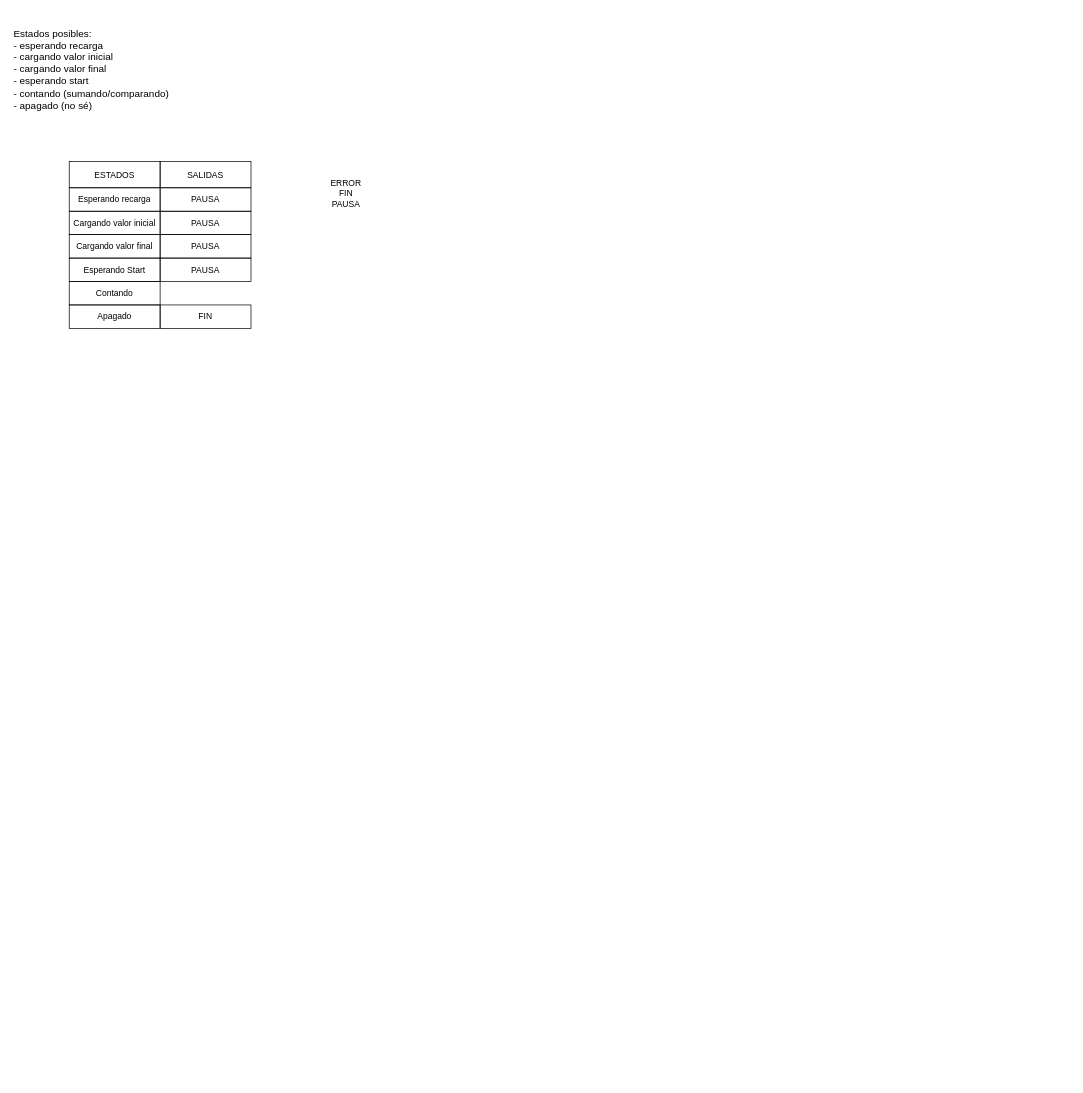
Above: Integrador/MEF.drawio in albertinap/IDL (draw.io), before the change. Source tidied: cells renumbered, new cells numbered last; positions are measured from the earlier drawing's top-left corner, leaving out a move shared by most shapes. Both pictures are drawn from the tidied source at 71%, with x=0, y=0 at pixel (12, 12).
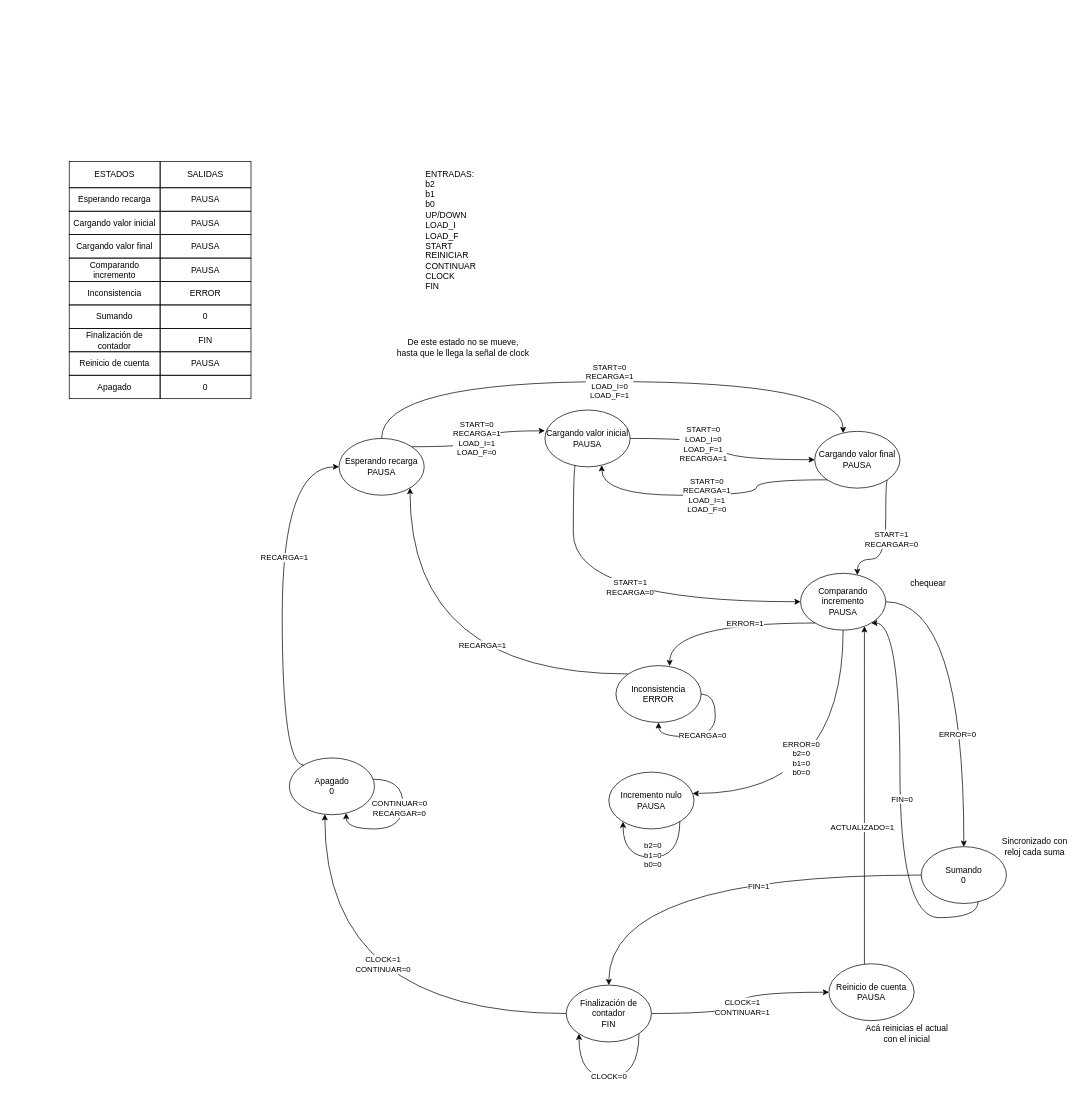
After the change.

What changed in the source:
```diff
@@
-    <mxCell id="2" value="Estados posibles:&lt;div&gt;- esperando recarga&lt;br&gt;&lt;div&gt;- cargando valor inicial&lt;/div&gt;&lt;div&gt;- cargando valor final&lt;/div&gt;&lt;div&gt;- esperando start&lt;/div&gt;&lt;/div&gt;&lt;div&gt;- contando (sumando/comparando)&lt;/div&gt;&lt;div&gt;- apagado (no sé)&lt;/div&gt;" style="text;html=1;align=left;verticalAlign=middle;whiteSpace=wrap;rounded=0;fontSize=14;" parent="1" vertex="1">
-      <mxGeometry width="300" height="160" as="geometry" />
-    </mxCell>
@@
-    <mxCell id="6" value="Esperando Start" style="strokeColor=inherit;fillColor=none;align=center;whiteSpace=wrap;html=1;" parent="1" vertex="1">
-      <mxGeometry x="80" y="346" width="128" height="33" as="geometry" />
-    </mxCell>
-    <mxCell id="7" value="Contando" style="strokeColor=inherit;fillColor=none;align=center;whiteSpace=wrap;html=1;" parent="1" vertex="1">
-      <mxGeometry x="80" y="379" width="128" height="33" as="geometry" />
-    </mxCell>
+    <mxCell id="17" value="Comparando incremento" style="strokeColor=inherit;fillColor=none;align=center;whiteSpace=wrap;html=1;" parent="1" vertex="1">
+      <mxGeometry x="80" y="346" width="128" height="33" as="geometry" />
+    </mxCell>
@@
-    <mxCell id="9" value="Apagado" style="strokeColor=inherit;fillColor=none;align=center;whiteSpace=wrap;html=1;" parent="1" vertex="1">
-      <mxGeometry x="80" y="412" width="128" height="33" as="geometry" />
-    </mxCell>
+    <mxCell id="18" value="Finalización de contador" style="strokeColor=inherit;fillColor=none;align=center;whiteSpace=wrap;html=1;" parent="1" vertex="1">
+      <mxGeometry x="80" y="445" width="128" height="33" as="geometry" />
+    </mxCell>
@@
     <mxCell id="11" value="FIN" style="strokeColor=inherit;fillColor=none;align=center;whiteSpace=wrap;html=1;" parent="1" vertex="1">
-      <mxGeometry x="208" y="412" width="128" height="33" as="geometry" />
+      <mxGeometry x="208" y="445" width="128" height="33" as="geometry" />
     </mxCell>
-    <mxCell id="12" value="ERROR&lt;div&gt;FIN&lt;/div&gt;&lt;div&gt;PAUSA&lt;/div&gt;" style="text;html=1;align=center;verticalAlign=middle;whiteSpace=wrap;rounded=0;" parent="1" vertex="1">
-      <mxGeometry x="420" y="220" width="100" height="70" as="geometry" />
-    </mxCell>
-    <mxCell id="13" value="PAUSA" style="strokeColor=inherit;fillColor=none;align=center;whiteSpace=wrap;html=1;" parent="1" vertex="1">
-      <mxGeometry x="208" y="346" width="128" height="33" as="geometry" />
-    </mxCell>
-    <mxCell id="14" value="PAUSA" style="strokeColor=inherit;fillColor=none;align=center;whiteSpace=wrap;html=1;" parent="1" vertex="1">
-      <mxGeometry x="208" y="313" width="128" height="33" as="geometry" />
-    </mxCell>
-    <mxCell id="15" value="PAUSA" style="strokeColor=inherit;fillColor=none;align=center;whiteSpace=wrap;html=1;" parent="1" vertex="1">
-      <mxGeometry x="208" y="280" width="128" height="33" as="geometry" />
-    </mxCell>
-    <mxCell id="16" value="PAUSA" style="strokeColor=inherit;fillColor=none;align=center;whiteSpace=wrap;html=1;" parent="1" vertex="1">
-      <mxGeometry x="208" y="247" width="128" height="33" as="geometry" />
-    </mxCell>
+    <mxCell id="19" value="PAUSA" style="strokeColor=inherit;fillColor=none;align=center;whiteSpace=wrap;html=1;" parent="1" vertex="1">
+      <mxGeometry x="208" y="346" width="128" height="33" as="geometry" />
+    </mxCell>
+    <mxCell id="20" value="PAUSA" style="strokeColor=inherit;fillColor=none;align=center;whiteSpace=wrap;html=1;" parent="1" vertex="1">
+      <mxGeometry x="208" y="313" width="128" height="33" as="geometry" />
+    </mxCell>
+    <mxCell id="21" value="PAUSA" style="strokeColor=inherit;fillColor=none;align=center;whiteSpace=wrap;html=1;" parent="1" vertex="1">
+      <mxGeometry x="208" y="280" width="128" height="33" as="geometry" />
+    </mxCell>
+    <mxCell id="22" value="PAUSA" style="strokeColor=inherit;fillColor=none;align=center;whiteSpace=wrap;html=1;" parent="1" vertex="1">
+      <mxGeometry x="208" y="247" width="128" height="33" as="geometry" />
+    </mxCell>
+    <mxCell id="23" value="Sumando" style="strokeColor=inherit;fillColor=none;align=center;whiteSpace=wrap;html=1;" parent="1" vertex="1">
+      <mxGeometry x="80" y="412" width="128" height="33" as="geometry" />
+    </mxCell>
+    <mxCell id="24" value="Inconsistencia" style="strokeColor=inherit;fillColor=none;align=center;whiteSpace=wrap;html=1;" parent="1" vertex="1">
+      <mxGeometry x="80" y="379" width="128" height="33" as="geometry" />
+    </mxCell>
+    <mxCell id="25" value="ERROR" style="strokeColor=inherit;fillColor=none;align=center;whiteSpace=wrap;html=1;" parent="1" vertex="1">
+      <mxGeometry x="208" y="379" width="128" height="33" as="geometry" />
+    </mxCell>
+    <mxCell id="26" value="0" style="strokeColor=inherit;fillColor=none;align=center;whiteSpace=wrap;html=1;" parent="1" vertex="1">
+      <mxGeometry x="208" y="412" width="128" height="33" as="geometry" />
+    </mxCell>
+    <mxCell id="27" value="De este estado no se mueve, hasta que le llega la señal de clock" style="text;html=1;align=center;verticalAlign=middle;whiteSpace=wrap;rounded=0;" parent="1" vertex="1">
+      <mxGeometry x="540" y="450.5" width="190" height="42" as="geometry" />
+    </mxCell>
+    <mxCell id="28" value="PAUSA" style="strokeColor=inherit;fillColor=none;align=center;whiteSpace=wrap;html=1;" parent="1" vertex="1">
+      <mxGeometry x="208" y="478" width="128" height="33" as="geometry" />
+    </mxCell>
+    <mxCell id="29" value="Reinicio de cuenta" style="strokeColor=inherit;fillColor=none;align=center;whiteSpace=wrap;html=1;" parent="1" vertex="1">
+      <mxGeometry x="80" y="478" width="128" height="33" as="geometry" />
+    </mxCell>
+    <mxCell id="30" value="START=0&lt;div&gt;RECARGA=1&lt;/div&gt;&lt;div&gt;LOAD_I=0&lt;/div&gt;&lt;div&gt;LOAD_F=1&lt;/div&gt;" style="edgeStyle=orthogonalEdgeStyle;rounded=0;jettySize=auto;html=1;exitX=0.5;exitY=0;exitDx=0;exitDy=0;curved=1;" parent="1" edge="1" source="31" target="35">
+      <mxGeometry relative="1" as="geometry">
+        <Array as="points">
+          <mxPoint x="520" y="520" />
+          <mxPoint x="1170" y="520" />
+        </Array>
+      </mxGeometry>
+    </mxCell>
+    <mxCell id="31" value="Esperando recarga&lt;div&gt;PAUSA&lt;/div&gt;" style="ellipse;whiteSpace=wrap;html=1;" parent="1" vertex="1">
+      <mxGeometry x="460" y="600" width="120" height="80" as="geometry" />
+    </mxCell>
+    <mxCell id="32" style="edgeStyle=orthogonalEdgeStyle;rounded=0;jettySize=auto;html=1;exitX=1;exitY=1;exitDx=0;exitDy=0;curved=1;" parent="1" edge="1" source="35" target="49">
+      <mxGeometry relative="1" as="geometry">
+        <Array as="points">
+          <mxPoint x="1230" y="658" />
+          <mxPoint x="1230" y="770" />
+          <mxPoint x="1190" y="770" />
+        </Array>
+      </mxGeometry>
+    </mxCell>
+    <mxCell id="33" value="START=1&lt;div&gt;RECARGAR=0&lt;/div&gt;" style="edgeLabel;html=1;align=center;verticalAlign=middle;" parent="32" vertex="1">
+      <mxGeometry x="-0.02" y="7" relative="1" as="geometry" />
+    </mxCell>
+    <mxCell id="34" value="START=0&lt;div&gt;RECARGA=1&lt;/div&gt;&lt;div&gt;LOAD_I=1&lt;/div&gt;&lt;div&gt;LOAD_F=0&lt;/div&gt;" style="edgeStyle=orthogonalEdgeStyle;rounded=0;jettySize=auto;html=1;exitX=0;exitY=1;exitDx=0;exitDy=0;curved=1;" parent="1" edge="1" source="35" target="53">
+      <mxGeometry relative="1" as="geometry">
+        <Array as="points">
+          <mxPoint x="1048" y="680" />
+          <mxPoint x="830" y="680" />
+        </Array>
+      </mxGeometry>
+    </mxCell>
+    <mxCell id="35" value="Cargando valor final&lt;div&gt;PAUSA&lt;/div&gt;" style="ellipse;whiteSpace=wrap;html=1;" parent="1" vertex="1">
+      <mxGeometry x="1130" y="590" width="120" height="80" as="geometry" />
+    </mxCell>
+    <mxCell id="36" style="edgeStyle=orthogonalEdgeStyle;rounded=0;jettySize=auto;html=1;exitX=0;exitY=0.5;exitDx=0;exitDy=0;curved=1;" parent="1" edge="1" source="38" target="43">
+      <mxGeometry relative="1" as="geometry" />
+    </mxCell>
+    <mxCell id="37" value="FIN=1" style="edgeLabel;html=1;align=center;verticalAlign=middle;" parent="36" vertex="1">
+      <mxGeometry x="-0.15" y="1" relative="1" as="geometry">
+        <mxPoint x="23" y="14" as="offset" />
+      </mxGeometry>
+    </mxCell>
+    <mxCell id="38" value="Sumando&lt;div&gt;0&lt;/div&gt;" style="ellipse;whiteSpace=wrap;html=1;" parent="1" vertex="1">
+      <mxGeometry x="1280" y="1175" width="120" height="80" as="geometry" />
+    </mxCell>
+    <mxCell id="39" style="edgeStyle=orthogonalEdgeStyle;rounded=0;jettySize=auto;html=1;curved=1;" parent="1" edge="1" source="43" target="56">
+      <mxGeometry relative="1" as="geometry" />
+    </mxCell>
+    <mxCell id="40" value="CLOCK=1&lt;div&gt;CONTINUAR=1&lt;/div&gt;" style="edgeLabel;html=1;align=center;verticalAlign=middle;" parent="39" vertex="1">
+      <mxGeometry x="0.13" y="-41" relative="1" as="geometry">
+        <mxPoint x="-1" y="-21" as="offset" />
+      </mxGeometry>
+    </mxCell>
+    <mxCell id="41" style="edgeStyle=orthogonalEdgeStyle;rounded=0;jettySize=auto;html=1;curved=1;" parent="1" edge="1" source="43" target="77">
+      <mxGeometry relative="1" as="geometry">
+        <Array as="points">
+          <mxPoint x="440" y="1410" />
+        </Array>
+      </mxGeometry>
+    </mxCell>
+    <mxCell id="42" value="CLOCK=1&lt;div&gt;CONTINUAR=0&lt;/div&gt;" style="edgeLabel;html=1;align=center;verticalAlign=middle;" parent="41" vertex="1">
+      <mxGeometry x="-0.08" y="1" relative="1" as="geometry">
+        <mxPoint x="26" y="-71" as="offset" />
+      </mxGeometry>
+    </mxCell>
+    <mxCell id="43" value="Finalización de contador&lt;div&gt;FIN&lt;/div&gt;" style="ellipse;whiteSpace=wrap;html=1;" parent="1" vertex="1">
+      <mxGeometry x="780" y="1370" width="120" height="80" as="geometry" />
+    </mxCell>
+    <mxCell id="44" style="edgeStyle=orthogonalEdgeStyle;rounded=0;jettySize=auto;html=1;exitX=0;exitY=0;exitDx=0;exitDy=0;curved=1;" parent="1" edge="1" source="46" target="31">
+      <mxGeometry relative="1" as="geometry">
+        <Array as="points">
+          <mxPoint x="560" y="932" />
+        </Array>
+      </mxGeometry>
+    </mxCell>
+    <mxCell id="45" value="RECARGA=1" style="edgeLabel;html=1;align=center;verticalAlign=middle;" parent="44" vertex="1">
+      <mxGeometry x="-0.08" y="-60" relative="1" as="geometry">
+        <mxPoint x="56" y="19" as="offset" />
+      </mxGeometry>
+    </mxCell>
+    <mxCell id="46" value="Inconsistencia&lt;div&gt;ERROR&lt;/div&gt;" style="ellipse;whiteSpace=wrap;html=1;" parent="1" vertex="1">
+      <mxGeometry x="850" y="920" width="120" height="80" as="geometry" />
+    </mxCell>
+    <mxCell id="47" style="edgeStyle=orthogonalEdgeStyle;rounded=0;jettySize=auto;html=1;curved=1;" parent="1" edge="1" source="49" target="38">
+      <mxGeometry relative="1" as="geometry">
+        <Array as="points">
+          <mxPoint x="1340" y="830" />
+        </Array>
+      </mxGeometry>
+    </mxCell>
+    <mxCell id="48" value="ERROR=0" style="edgeLabel;html=1;align=center;verticalAlign=middle;" parent="47" vertex="1">
+      <mxGeometry x="0.32" y="24" relative="1" as="geometry">
+        <mxPoint x="-34" y="-4" as="offset" />
+      </mxGeometry>
+    </mxCell>
+    <mxCell id="49" value="Comparando incremento&lt;div&gt;PAUSA&lt;/div&gt;" style="ellipse;whiteSpace=wrap;html=1;" parent="1" vertex="1">
+      <mxGeometry x="1110" y="790" width="120" height="80" as="geometry" />
+    </mxCell>
+    <mxCell id="50" style="edgeStyle=orthogonalEdgeStyle;rounded=0;jettySize=auto;html=1;exitX=1;exitY=0.5;exitDx=0;exitDy=0;curved=1;" parent="1" edge="1" source="53" target="35">
+      <mxGeometry relative="1" as="geometry" />
+    </mxCell>
+    <mxCell id="51" value="&lt;div&gt;START=0&lt;/div&gt;LOAD_I=0&lt;div&gt;LOAD_F=1&lt;/div&gt;&lt;div&gt;RECARGA=1&lt;/div&gt;" style="edgeLabel;html=1;align=center;verticalAlign=middle;" parent="50" vertex="1">
+      <mxGeometry x="-0.3" y="-7" relative="1" as="geometry" />
+    </mxCell>
+    <mxCell id="52" value="START=1&lt;div&gt;RECARGA=0&lt;/div&gt;" style="edgeStyle=orthogonalEdgeStyle;rounded=0;jettySize=auto;html=1;exitX=0.361;exitY=0.953;exitDx=0;exitDy=0;curved=1;exitPerimeter=0;" parent="1" edge="1" source="53" target="49">
+      <mxGeometry x="0.07" y="20" relative="1" as="geometry">
+        <Array as="points">
+          <mxPoint x="790" y="636" />
+          <mxPoint x="790" y="830" />
+        </Array>
+      </mxGeometry>
+    </mxCell>
+    <mxCell id="53" value="Cargando valor inicial&lt;div&gt;PAUSA&lt;/div&gt;" style="ellipse;whiteSpace=wrap;html=1;" parent="1" vertex="1">
+      <mxGeometry x="750" y="560" width="120" height="80" as="geometry" />
+    </mxCell>
+    <mxCell id="54" style="edgeStyle=orthogonalEdgeStyle;rounded=0;jettySize=auto;html=1;curved=1;" parent="1" edge="1" source="56" target="49">
+      <mxGeometry relative="1" as="geometry">
+        <Array as="points">
+          <mxPoint x="1200" y="1080" />
+          <mxPoint x="1200" y="1080" />
+        </Array>
+      </mxGeometry>
+    </mxCell>
+    <mxCell id="55" value="ACTUALIZADO=1" style="edgeLabel;html=1;align=center;verticalAlign=middle;" parent="54" vertex="1">
+      <mxGeometry x="-0.19" y="4" relative="1" as="geometry" />
+    </mxCell>
+    <mxCell id="56" value="&lt;div&gt;Reinicio de cuenta&lt;/div&gt;&lt;div&gt;PAUSA&lt;/div&gt;" style="ellipse;whiteSpace=wrap;html=1;" parent="1" vertex="1">
+      <mxGeometry x="1150" y="1340" width="120" height="80" as="geometry" />
+    </mxCell>
+    <mxCell id="57" style="edgeStyle=orthogonalEdgeStyle;rounded=0;jettySize=auto;html=1;exitX=1;exitY=0;exitDx=0;exitDy=0;entryX=-0.001;entryY=0.366;entryDx=0;entryDy=0;entryPerimeter=0;curved=1;" parent="1" edge="1" source="31" target="53">
+      <mxGeometry relative="1" as="geometry" />
+    </mxCell>
+    <mxCell id="58" value="&lt;div&gt;START=0&lt;/div&gt;RECARGA=1&lt;div&gt;LOAD_I=1&lt;/div&gt;&lt;div&gt;LOAD_F=0&lt;/div&gt;" style="edgeLabel;html=1;align=center;verticalAlign=middle;" parent="57" vertex="1">
+      <mxGeometry x="-0.13" y="5" relative="1" as="geometry">
+        <mxPoint y="-7" as="offset" />
+      </mxGeometry>
+    </mxCell>
+    <mxCell id="59" value="&lt;div&gt;ENTRADAS:&lt;/div&gt;b2&lt;div&gt;b1&lt;/div&gt;&lt;div&gt;b0&lt;/div&gt;&lt;div&gt;UP/DOWN&lt;/div&gt;&lt;div style=&quot;&quot;&gt;LOAD_I&lt;/div&gt;&lt;div style=&quot;&quot;&gt;LOAD_F&lt;/div&gt;&lt;div style=&quot;&quot;&gt;START&lt;/div&gt;&lt;div style=&quot;&quot;&gt;REINICIAR&lt;/div&gt;&lt;div style=&quot;&quot;&gt;CONTINUAR&lt;/div&gt;&lt;div style=&quot;&quot;&gt;CLOCK&lt;/div&gt;&lt;div style=&quot;&quot;&gt;FIN&lt;/div&gt;" style="text;html=1;align=left;verticalAlign=middle;whiteSpace=wrap;rounded=0;" parent="1" vertex="1">
+      <mxGeometry x="580" y="224.5" width="120" height="164.5" as="geometry" />
+    </mxCell>
+    <mxCell id="60" style="edgeStyle=orthogonalEdgeStyle;rounded=0;jettySize=auto;html=1;entryX=0.631;entryY=0.007;entryDx=0;entryDy=0;entryPerimeter=0;curved=1;" parent="1" edge="1" source="49" target="46">
+      <mxGeometry relative="1" as="geometry">
+        <Array as="points">
+          <mxPoint x="926" y="860" />
+        </Array>
+      </mxGeometry>
+    </mxCell>
+    <mxCell id="61" value="ERROR=1" style="edgeLabel;html=1;align=center;verticalAlign=middle;" parent="60" vertex="1">
+      <mxGeometry x="-0.25" y="-1" relative="1" as="geometry" />
+    </mxCell>
+    <mxCell id="62" style="edgeStyle=orthogonalEdgeStyle;rounded=0;orthogonalLoop=1;jettySize=auto;html=1;exitX=1;exitY=0.5;exitDx=0;exitDy=0;curved=1;" parent="1" edge="1" source="46" target="46">
+      <mxGeometry relative="1" as="geometry" />
+    </mxCell>
+    <mxCell id="63" value="RECARGA=0" style="edgeLabel;html=1;align=center;verticalAlign=middle;" parent="62" vertex="1">
+      <mxGeometry x="0.1" y="-3" relative="1" as="geometry" />
+    </mxCell>
+    <mxCell id="64" style="edgeStyle=orthogonalEdgeStyle;rounded=0;jettySize=auto;html=1;curved=1;" parent="1" edge="1" source="49" target="72">
+      <mxGeometry relative="1" as="geometry">
+        <Array as="points">
+          <mxPoint x="1170" y="1100" />
+        </Array>
+      </mxGeometry>
+    </mxCell>
+    <mxCell id="65" value="ERROR=0&lt;div&gt;b2=0&lt;/div&gt;&lt;div&gt;b1=0&lt;/div&gt;&lt;div&gt;b0=0&lt;/div&gt;" style="edgeLabel;html=1;align=center;verticalAlign=middle;" parent="64" vertex="1">
+      <mxGeometry x="0.13" y="27" relative="1" as="geometry">
+        <mxPoint x="-40" y="-77" as="offset" />
+      </mxGeometry>
+    </mxCell>
+    <mxCell id="66" style="edgeStyle=orthogonalEdgeStyle;rounded=0;jettySize=auto;html=1;curved=1;" parent="1" edge="1" source="38" target="49">
+      <mxGeometry relative="1" as="geometry">
+        <Array as="points">
+          <mxPoint x="1360" y="1275" />
+          <mxPoint x="1250" y="1275" />
+          <mxPoint x="1250" y="860" />
+        </Array>
+      </mxGeometry>
+    </mxCell>
+    <mxCell id="67" value="FIN=0" style="edgeLabel;html=1;align=center;verticalAlign=middle;" parent="66" vertex="1">
+      <mxGeometry x="0.02" y="-2" relative="1" as="geometry" />
+    </mxCell>
+    <mxCell id="68" style="edgeStyle=orthogonalEdgeStyle;rounded=0;orthogonalLoop=1;jettySize=auto;html=1;exitX=1;exitY=1;exitDx=0;exitDy=0;curved=1;" parent="1" edge="1" source="43" target="43">
+      <mxGeometry relative="1" as="geometry">
+        <Array as="points">
+          <mxPoint x="882" y="1500" />
+          <mxPoint x="798" y="1500" />
+        </Array>
+      </mxGeometry>
+    </mxCell>
+    <mxCell id="69" value="CLOCK=0" style="edgeLabel;html=1;align=center;verticalAlign=middle;" parent="68" vertex="1">
+      <mxGeometry x="0.21" y="-2" relative="1" as="geometry">
+        <mxPoint x="21" as="offset" />
+      </mxGeometry>
+    </mxCell>
+    <mxCell id="70" value="Acá reinicias el actual con el inicial" style="text;html=1;align=center;verticalAlign=middle;whiteSpace=wrap;rounded=0;" parent="1" vertex="1">
+      <mxGeometry x="1190" y="1420" width="140" height="35" as="geometry" />
+    </mxCell>
+    <mxCell id="71" value="Sincronizado con reloj cada suma" style="text;html=1;align=center;verticalAlign=middle;whiteSpace=wrap;rounded=0;" parent="1" vertex="1">
+      <mxGeometry x="1390" y="1160" width="100" height="30" as="geometry" />
+    </mxCell>
+    <mxCell id="72" value="Incremento nulo&lt;div&gt;PAUSA&lt;/div&gt;" style="ellipse;whiteSpace=wrap;html=1;" parent="1" vertex="1">
+      <mxGeometry x="840" y="1070" width="120" height="80" as="geometry" />
+    </mxCell>
+    <mxCell id="73" style="edgeStyle=orthogonalEdgeStyle;rounded=0;orthogonalLoop=1;jettySize=auto;html=1;curved=1;" parent="1" edge="1" source="72" target="72">
+      <mxGeometry relative="1" as="geometry">
+        <Array as="points">
+          <mxPoint x="940" y="1190" />
+          <mxPoint x="860" y="1190" />
+        </Array>
+      </mxGeometry>
+    </mxCell>
+    <mxCell id="74" value="b2=0&lt;div&gt;b1=0&lt;/div&gt;&lt;div&gt;b0=0&lt;/div&gt;" style="edgeLabel;html=1;align=center;verticalAlign=middle;" parent="73" vertex="1">
+      <mxGeometry x="-0.01" y="-4" relative="1" as="geometry" />
+    </mxCell>
+    <mxCell id="75" style="edgeStyle=orthogonalEdgeStyle;rounded=0;jettySize=auto;html=1;entryX=0;entryY=0.5;entryDx=0;entryDy=0;curved=1;" parent="1" edge="1" source="77" target="31">
+      <mxGeometry relative="1" as="geometry">
+        <Array as="points">
+          <mxPoint x="380" y="1060" />
+          <mxPoint x="380" y="640" />
+        </Array>
+      </mxGeometry>
+    </mxCell>
+    <mxCell id="76" value="RECARGA=1" style="edgeLabel;html=1;align=center;verticalAlign=middle;" parent="75" vertex="1">
+      <mxGeometry x="0.22" y="-2" relative="1" as="geometry" />
+    </mxCell>
+    <mxCell id="77" value="Apagado&lt;div&gt;0&lt;/div&gt;" style="ellipse;whiteSpace=wrap;html=1;" parent="1" vertex="1">
+      <mxGeometry x="390" y="1050" width="120" height="80" as="geometry" />
+    </mxCell>
+    <mxCell id="78" style="edgeStyle=orthogonalEdgeStyle;rounded=0;orthogonalLoop=1;jettySize=auto;html=1;curved=1;" parent="1" edge="1" source="77" target="77">
+      <mxGeometry relative="1" as="geometry">
+        <Array as="points">
+          <mxPoint x="550" y="1080" />
+          <mxPoint x="550" y="1150" />
+          <mxPoint x="470" y="1150" />
+        </Array>
+      </mxGeometry>
+    </mxCell>
+    <mxCell id="79" value="CONTINUAR=0&lt;div&gt;RECARGAR=0&lt;/div&gt;" style="edgeLabel;html=1;align=center;verticalAlign=middle;" parent="78" vertex="1">
+      <mxGeometry x="-0.23" y="-6" relative="1" as="geometry" />
+    </mxCell>
+    <mxCell id="80" value="0" style="strokeColor=inherit;fillColor=none;align=center;whiteSpace=wrap;html=1;" parent="1" vertex="1">
+      <mxGeometry x="208" y="511" width="128" height="33" as="geometry" />
+    </mxCell>
+    <mxCell id="9" value="Apagado" style="strokeColor=inherit;fillColor=none;align=center;whiteSpace=wrap;html=1;" parent="1" vertex="1">
+      <mxGeometry x="80" y="511" width="128" height="33" as="geometry" />
+    </mxCell>
+    <mxCell id="81" value="chequear" style="text;html=1;align=center;verticalAlign=middle;whiteSpace=wrap;rounded=0;" parent="1" vertex="1">
+      <mxGeometry x="1260" y="790" width="60" height="30" as="geometry" />
+    </mxCell>
```
